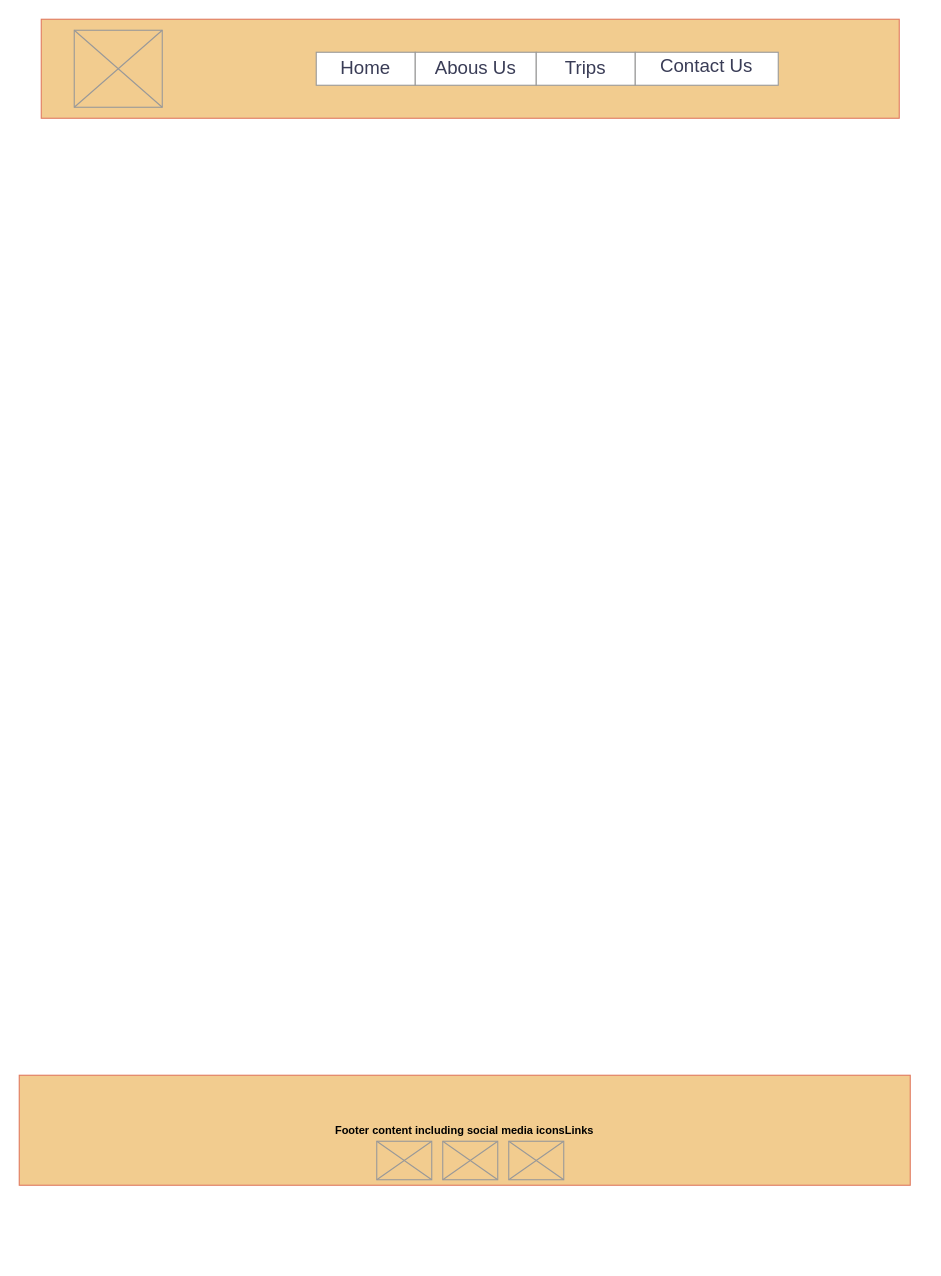
The draw.io diagram page "trips" (2 of 2) of wwr/images/Untitled Diagram.drawio in sehia-lgtm/wdd130, before the edit. Source tidied: cells renumbered, new cells numbered last; positions are measured from the earlier drawing's top-left corner, leaving out a move shared by most shapes. Both pictures are drawn from the tidied source at 110%, with x=0, y=0 at pixel (19, 19).
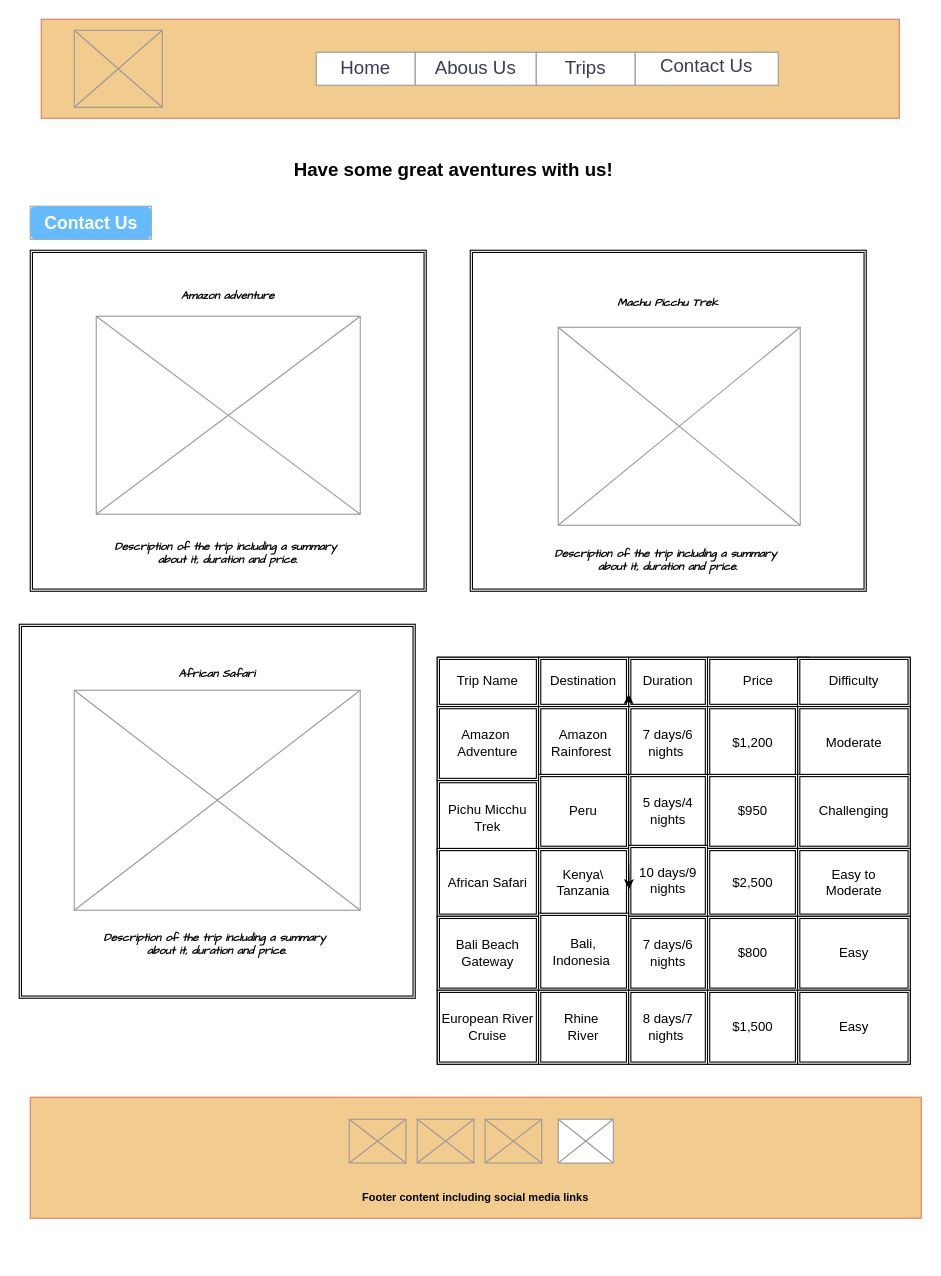
Above is the later version.

Change to the diagram source:
```diff
@@
     <mxCell id="10" style="group;" parent="1" vertex="1">
-      <mxGeometry y="960" width="810" height="100" as="geometry" />
+      <mxGeometry y="960" width="810" height="165" as="geometry" />
     </mxCell>
+    <mxCell id="16" style="group;" parent="10" vertex="1">
+      <mxGeometry x="10" y="10" width="810" height="110" as="geometry" />
+    </mxCell>
-    <mxCell id="11" value="&lt;div&gt;&lt;b&gt;Footer content including social media iconsLinks&lt;/b&gt;&lt;/div&gt;" style="rounded=0;whiteSpace=wrap;html=1;strokeColor=#E07A5F;fontColor=light-dark(#000000,#030303);fillColor=light-dark(#F2CC8F,#FF99FF);fontSize=10;" parent="10" vertex="1">
-      <mxGeometry width="810" height="100" as="geometry" />
+    <mxCell id="11" value="&lt;div&gt;&lt;br&gt;&lt;/div&gt;&lt;div&gt;&lt;b style=&quot;background-color: transparent; color: light-dark(rgb(0, 0, 0), rgb(3, 3, 3));&quot;&gt;&lt;br&gt;&lt;/b&gt;&lt;/div&gt;&lt;div&gt;&lt;b style=&quot;background-color: transparent; color: light-dark(rgb(0, 0, 0), rgb(3, 3, 3));&quot;&gt;&lt;br&gt;&lt;/b&gt;&lt;/div&gt;&lt;div&gt;&lt;b style=&quot;background-color: transparent; color: light-dark(rgb(0, 0, 0), rgb(3, 3, 3));&quot;&gt;&lt;br&gt;&lt;/b&gt;&lt;/div&gt;&lt;div&gt;&lt;b style=&quot;background-color: transparent; color: light-dark(rgb(0, 0, 0), rgb(3, 3, 3));&quot;&gt;&lt;br&gt;&lt;/b&gt;&lt;/div&gt;&lt;div&gt;&lt;b style=&quot;background-color: transparent; color: light-dark(rgb(0, 0, 0), rgb(3, 3, 3));&quot;&gt;&lt;br&gt;&lt;/b&gt;&lt;/div&gt;&lt;div&gt;&lt;b&gt;Footer content including social media links&lt;/b&gt;&lt;/div&gt;" style="rounded=0;whiteSpace=wrap;html=1;strokeColor=#E07A5F;fontColor=light-dark(#000000,#030303);fillColor=light-dark(#F2CC8F,#FF99FF);fontSize=10;" parent="16" vertex="1">
+      <mxGeometry y="10" width="810" height="110" as="geometry" />
     </mxCell>
-    <mxCell id="12" style="group;" parent="10" vertex="1">
-      <mxGeometry x="325" y="60" width="170" height="35" as="geometry" />
-    </mxCell>
-    <mxCell id="13" style="verticalLabelPosition=bottom;shadow=0;dashed=0;align=center;html=1;verticalAlign=top;strokeWidth=1;shape=mxgraph.mockup.graphics.simpleIcon;strokeColor=#999999;fontColor=#393C56;fillColor=light-dark(#F2CC8F,#0D0D0D);" parent="12" vertex="1">
-      <mxGeometry x="60" width="50" height="35" as="geometry" />
-    </mxCell>
-    <mxCell id="14" style="verticalLabelPosition=bottom;shadow=0;dashed=0;align=center;html=1;verticalAlign=top;strokeWidth=1;shape=mxgraph.mockup.graphics.simpleIcon;strokeColor=#999999;fontColor=#393C56;fillColor=light-dark(#F2CC8F,#1A1A1A);" parent="12" vertex="1">
-      <mxGeometry width="50" height="35" as="geometry" />
-    </mxCell>
-    <mxCell id="15" style="verticalLabelPosition=bottom;shadow=0;dashed=0;align=center;html=1;verticalAlign=top;strokeWidth=1;shape=mxgraph.mockup.graphics.simpleIcon;strokeColor=#999999;fontColor=#393C56;fillColor=light-dark(#F2CC8F,#060606);" parent="12" vertex="1">
-      <mxGeometry x="120" width="50" height="35" as="geometry" />
-    </mxCell>
+    <mxCell id="17" style="verticalLabelPosition=bottom;shadow=0;dashed=0;align=center;html=1;verticalAlign=top;strokeWidth=1;shape=mxgraph.mockup.graphics.simpleIcon;strokeColor=#999999;" parent="16" vertex="1">
+      <mxGeometry x="480" y="30" width="50" height="39.8" as="geometry" />
+    </mxCell>
+    <mxCell id="18" style="group;" parent="16" vertex="1">
+      <mxGeometry x="290" y="30" width="175" height="39.8" as="geometry" />
+    </mxCell>
+    <mxCell id="19" style="verticalLabelPosition=bottom;shadow=0;dashed=0;align=center;html=1;verticalAlign=top;strokeWidth=1;shape=mxgraph.mockup.graphics.simpleIcon;strokeColor=#999999;fontColor=#393C56;fillColor=light-dark(#F2CC8F,#0D0D0D);" parent="18" vertex="1">
+      <mxGeometry x="61.8" width="51.5" height="39.8" as="geometry" />
+    </mxCell>
+    <mxCell id="20" style="verticalLabelPosition=bottom;shadow=0;dashed=0;align=center;html=1;verticalAlign=top;strokeWidth=1;shape=mxgraph.mockup.graphics.simpleIcon;strokeColor=#999999;fontColor=#393C56;fillColor=light-dark(#F2CC8F,#1A1A1A);" parent="18" vertex="1">
+      <mxGeometry width="51.5" height="39.8" as="geometry" />
+    </mxCell>
+    <mxCell id="21" style="verticalLabelPosition=bottom;shadow=0;dashed=0;align=center;html=1;verticalAlign=top;strokeWidth=1;shape=mxgraph.mockup.graphics.simpleIcon;strokeColor=#999999;fontColor=#393C56;fillColor=light-dark(#F2CC8F,#060606);" parent="18" vertex="1">
+      <mxGeometry x="123.5" width="51.5" height="39.8" as="geometry" />
+    </mxCell>
+    <mxCell id="22" value="&lt;h1&gt;&lt;font style=&quot;font-size: 17px;&quot; face=&quot;Helvetica&quot;&gt;Have some great aventures with us!&lt;/font&gt;&lt;/h1&gt;" style="text;html=1;align=center;verticalAlign=middle;whiteSpace=wrap;rounded=0;" parent="1" vertex="1">
+      <mxGeometry x="200" y="100" width="390" height="70" as="geometry" />
+    </mxCell>
+    <mxCell id="23" style="strokeWidth=1;shadow=0;dashed=0;align=center;html=1;shape=mxgraph.mockup.forms.rrect;rSize=0;strokeColor=#999999;fillColor=#ffffff;" parent="1" vertex="1">
+      <mxGeometry x="10" y="170" width="110" height="30" as="geometry" />
+    </mxCell>
+    <mxCell id="24" style="strokeWidth=1;shadow=0;dashed=0;align=center;html=1;shape=mxgraph.mockup.forms.anchor;fontSize=12;fontColor=#666666;align=left;spacingLeft=0;" parent="23" vertex="1">
+      <mxGeometry width="55" height="20" relative="1" as="geometry">
+        <mxPoint x="10" y="10" as="offset" />
+      </mxGeometry>
+    </mxCell>
+    <mxCell id="25" style="strokeWidth=1;shadow=0;dashed=0;align=center;html=1;shape=mxgraph.mockup.forms.anchor;fontSize=12;fontColor=#9999ff;align=left;spacingLeft=0;fontStyle=4;" parent="23" vertex="1">
+      <mxGeometry y="1" width="82.5" height="20" relative="1" as="geometry">
+        <mxPoint x="10" y="-110" as="offset" />
+      </mxGeometry>
+    </mxCell>
+    <mxCell id="26" style="strokeWidth=1;shadow=0;dashed=0;align=center;html=1;shape=mxgraph.mockup.forms.anchor;fontSize=12;fontColor=#666666;align=left;spacingLeft=0;" parent="23" vertex="1">
+      <mxGeometry y="1" width="82.5" height="20" relative="1" as="geometry">
+        <mxPoint x="10" y="-70" as="offset" />
+      </mxGeometry>
+    </mxCell>
+    <mxCell id="27" value="&lt;font&gt;Contact Us&lt;/font&gt;" style="strokeWidth=1;shadow=0;dashed=0;align=center;html=1;shape=mxgraph.mockup.forms.rrect;rSize=5;strokeColor=none;fontColor=#ffffff;fillColor=#66bbff;fontSize=16;fontStyle=1;" parent="23" vertex="1">
+      <mxGeometry y="1" width="110" height="30" relative="1" as="geometry">
+        <mxPoint y="-30" as="offset" />
+      </mxGeometry>
+    </mxCell>
+    <mxCell id="28" value="&lt;div&gt;&lt;font&gt;&lt;span&gt;&lt;br&gt;&lt;/span&gt;&lt;/font&gt;&lt;/div&gt;&lt;div&gt;&lt;span&gt;&lt;span&gt;Amazon adventure&lt;/span&gt;&lt;/span&gt;&lt;/div&gt;&lt;div&gt;&lt;font&gt;&lt;span&gt;&lt;br&gt;&lt;/span&gt;&lt;/font&gt;&lt;/div&gt;&lt;div&gt;&lt;font&gt;&lt;span&gt;&lt;br&gt;&lt;/span&gt;&lt;/font&gt;&lt;/div&gt;&lt;div&gt;&lt;font&gt;&lt;span&gt;&lt;br&gt;&lt;/span&gt;&lt;/font&gt;&lt;/div&gt;&lt;div&gt;&lt;font&gt;&lt;span&gt;&lt;br&gt;&lt;/span&gt;&lt;/font&gt;&lt;/div&gt;&lt;div&gt;&lt;font&gt;&lt;span&gt;&lt;br&gt;&lt;/span&gt;&lt;/font&gt;&lt;/div&gt;&lt;div&gt;&lt;font&gt;&lt;span&gt;&lt;br&gt;&lt;/span&gt;&lt;/font&gt;&lt;/div&gt;&lt;div&gt;&lt;font&gt;&lt;span&gt;&lt;br&gt;&lt;/span&gt;&lt;/font&gt;&lt;/div&gt;&lt;div&gt;&lt;font&gt;&lt;span&gt;&lt;br&gt;&lt;/span&gt;&lt;/font&gt;&lt;/div&gt;&lt;div&gt;&lt;br&gt;&lt;/div&gt;&lt;div&gt;&lt;br&gt;&lt;/div&gt;&lt;div&gt;&lt;br&gt;&lt;/div&gt;&lt;div&gt;&lt;br&gt;&lt;/div&gt;&lt;div&gt;&lt;br&gt;&lt;/div&gt;&lt;div&gt;&lt;br&gt;&lt;/div&gt;&lt;div&gt;&lt;br&gt;&lt;/div&gt;&lt;div&gt;&lt;font&gt;&lt;span&gt;&lt;br&gt;&lt;/span&gt;&lt;/font&gt;&lt;/div&gt;&lt;div&gt;&lt;font&gt;&lt;span&gt;&lt;br&gt;&lt;/span&gt;&lt;/font&gt;&lt;/div&gt;&lt;div&gt;&lt;font&gt;&lt;span&gt;&lt;br&gt;&lt;/span&gt;&lt;/font&gt;&lt;/div&gt;&lt;div&gt;&lt;font&gt;&lt;span&gt;Description of the trip including a summary&amp;nbsp;&lt;/span&gt;&lt;/font&gt;&lt;/div&gt;&lt;div&gt;&lt;font&gt;&lt;span&gt;about it, duration and price.&lt;/span&gt;&lt;/font&gt;&lt;/div&gt;" style="shape=ext;double=1;rounded=0;whiteSpace=wrap;html=1;fontSize=10;fontStyle=3;fontFamily=Comic Sans MS;" parent="1" vertex="1">
+      <mxGeometry x="10" y="210" width="360" height="310" as="geometry" />
+    </mxCell>
+    <mxCell id="29" value="&lt;div&gt;&lt;br&gt;&lt;/div&gt;&lt;div&gt;&lt;div&gt;&lt;font&gt;&lt;span&gt;&lt;br&gt;&lt;/span&gt;&lt;/font&gt;&lt;/div&gt;&lt;div&gt;&lt;font&gt;&lt;span&gt;Machu Picchu Trek&lt;/span&gt;&lt;/font&gt;&lt;/div&gt;&lt;div&gt;&lt;font&gt;&lt;span&gt;&lt;br&gt;&lt;/span&gt;&lt;/font&gt;&lt;/div&gt;&lt;div&gt;&lt;font&gt;&lt;span&gt;&lt;br&gt;&lt;/span&gt;&lt;/font&gt;&lt;/div&gt;&lt;div&gt;&lt;font&gt;&lt;span&gt;&lt;br&gt;&lt;/span&gt;&lt;/font&gt;&lt;/div&gt;&lt;div&gt;&lt;font&gt;&lt;span&gt;&lt;br&gt;&lt;/span&gt;&lt;/font&gt;&lt;/div&gt;&lt;div&gt;&lt;font&gt;&lt;span&gt;&lt;br&gt;&lt;/span&gt;&lt;/font&gt;&lt;/div&gt;&lt;div&gt;&lt;font&gt;&lt;span&gt;&lt;br&gt;&lt;/span&gt;&lt;/font&gt;&lt;/div&gt;&lt;div&gt;&lt;font&gt;&lt;span&gt;&lt;br&gt;&lt;/span&gt;&lt;/font&gt;&lt;/div&gt;&lt;div&gt;&lt;font&gt;&lt;span&gt;&lt;br&gt;&lt;/span&gt;&lt;/font&gt;&lt;/div&gt;&lt;div&gt;&lt;font&gt;&lt;span&gt;&lt;br&gt;&lt;/span&gt;&lt;/font&gt;&lt;/div&gt;&lt;div&gt;&lt;font&gt;&lt;span&gt;&lt;br&gt;&lt;/span&gt;&lt;/font&gt;&lt;/div&gt;&lt;div&gt;&lt;font&gt;&lt;span&gt;&lt;br&gt;&lt;/span&gt;&lt;/font&gt;&lt;/div&gt;&lt;div&gt;&lt;br&gt;&lt;/div&gt;&lt;div&gt;&lt;font&gt;&lt;span&gt;&lt;br&gt;&lt;/span&gt;&lt;/font&gt;&lt;/div&gt;&lt;div&gt;&lt;font&gt;&lt;span&gt;&lt;br&gt;&lt;/span&gt;&lt;/font&gt;&lt;/div&gt;&lt;div&gt;&lt;font&gt;&lt;span&gt;&lt;br&gt;&lt;/span&gt;&lt;/font&gt;&lt;/div&gt;&lt;div&gt;&lt;font&gt;&lt;span&gt;&lt;br&gt;&lt;/span&gt;&lt;/font&gt;&lt;/div&gt;&lt;div&gt;&lt;font&gt;&lt;span&gt;&lt;br&gt;&lt;/span&gt;&lt;/font&gt;&lt;/div&gt;&lt;div&gt;&lt;font&gt;&lt;span&gt;&lt;br&gt;&lt;/span&gt;&lt;/font&gt;&lt;/div&gt;&lt;div&gt;&lt;font&gt;&lt;span&gt;Description of the trip including a summary&amp;nbsp;&lt;/span&gt;&lt;/font&gt;&lt;/div&gt;&lt;div&gt;&lt;font&gt;&lt;span&gt;about it, duration and price.&lt;/span&gt;&lt;/font&gt;&lt;/div&gt;&lt;/div&gt;" style="shape=ext;double=1;rounded=0;whiteSpace=wrap;html=1;fontSize=10;fontStyle=3;fontFamily=Comic Sans MS;" parent="1" vertex="1">
+      <mxGeometry x="410" y="210" width="360" height="310" as="geometry" />
+    </mxCell>
+    <mxCell id="30" value="&lt;div&gt;&lt;span style=&quot;background-color: transparent; color: light-dark(rgb(0, 0, 0), rgb(255, 255, 255));&quot;&gt;African Safari&lt;/span&gt;&lt;/div&gt;&lt;div&gt;&lt;span style=&quot;background-color: transparent; color: light-dark(rgb(0, 0, 0), rgb(255, 255, 255));&quot;&gt;&lt;br&gt;&lt;/span&gt;&lt;/div&gt;&lt;div&gt;&lt;span style=&quot;background-color: transparent; color: light-dark(rgb(0, 0, 0), rgb(255, 255, 255));&quot;&gt;&lt;br&gt;&lt;/span&gt;&lt;/div&gt;&lt;div&gt;&lt;span style=&quot;background-color: transparent; color: light-dark(rgb(0, 0, 0), rgb(255, 255, 255));&quot;&gt;&lt;br&gt;&lt;/span&gt;&lt;/div&gt;&lt;div&gt;&lt;div&gt;&lt;font&gt;&lt;span&gt;&lt;br&gt;&lt;/span&gt;&lt;/font&gt;&lt;/div&gt;&lt;div&gt;&lt;font&gt;&lt;span&gt;&lt;br&gt;&lt;/span&gt;&lt;/font&gt;&lt;/div&gt;&lt;div&gt;&lt;font&gt;&lt;span&gt;&lt;br&gt;&lt;/span&gt;&lt;/font&gt;&lt;/div&gt;&lt;div&gt;&lt;font&gt;&lt;span&gt;&lt;br&gt;&lt;/span&gt;&lt;/font&gt;&lt;/div&gt;&lt;div&gt;&lt;font&gt;&lt;span&gt;&lt;br&gt;&lt;/span&gt;&lt;/font&gt;&lt;/div&gt;&lt;div&gt;&lt;font&gt;&lt;span&gt;&lt;br&gt;&lt;/span&gt;&lt;/font&gt;&lt;/div&gt;&lt;div&gt;&lt;font&gt;&lt;span&gt;&lt;br&gt;&lt;/span&gt;&lt;/font&gt;&lt;/div&gt;&lt;div&gt;&lt;font&gt;&lt;span&gt;&lt;br&gt;&lt;/span&gt;&lt;/font&gt;&lt;/div&gt;&lt;div&gt;&lt;font&gt;&lt;span&gt;&lt;br&gt;&lt;/span&gt;&lt;/font&gt;&lt;/div&gt;&lt;div&gt;&lt;font&gt;&lt;span&gt;&lt;br&gt;&lt;/span&gt;&lt;/font&gt;&lt;/div&gt;&lt;div&gt;&lt;font&gt;&lt;span&gt;&lt;br&gt;&lt;/span&gt;&lt;/font&gt;&lt;/div&gt;&lt;div&gt;&lt;font&gt;&lt;span&gt;&lt;br&gt;&lt;/span&gt;&lt;/font&gt;&lt;/div&gt;&lt;div&gt;&lt;font&gt;&lt;span&gt;&lt;br&gt;&lt;/span&gt;&lt;/font&gt;&lt;/div&gt;&lt;div&gt;&lt;font&gt;&lt;span&gt;&lt;br&gt;&lt;/span&gt;&lt;/font&gt;&lt;/div&gt;&lt;div&gt;&lt;font&gt;&lt;span&gt;&lt;br&gt;&lt;/span&gt;&lt;/font&gt;&lt;/div&gt;&lt;div&gt;&lt;font&gt;&lt;span&gt;&lt;br&gt;&lt;/span&gt;&lt;/font&gt;&lt;/div&gt;&lt;div&gt;&lt;font&gt;&lt;span&gt;Description of the trip including a summary&amp;nbsp;&lt;/span&gt;&lt;/font&gt;&lt;/div&gt;&lt;div&gt;&lt;font&gt;&lt;span&gt;about it, duration and price.&lt;/span&gt;&lt;/font&gt;&lt;/div&gt;&lt;/div&gt;" style="shape=ext;double=1;rounded=0;whiteSpace=wrap;html=1;fontSize=10;fontStyle=3;fontFamily=Comic Sans MS;" parent="1" vertex="1">
+      <mxGeometry y="550" width="360" height="340" as="geometry" />
+    </mxCell>
+    <mxCell id="31" style="verticalLabelPosition=bottom;shadow=0;dashed=0;align=center;html=1;verticalAlign=top;strokeWidth=1;shape=mxgraph.mockup.graphics.simpleIcon;strokeColor=#999999;fontSize=10;fontStyle=3;fontFamily=Comic Sans MS;" parent="1" vertex="1">
+      <mxGeometry x="50" y="610" width="260" height="200" as="geometry" />
+    </mxCell>
+    <mxCell id="32" style="verticalLabelPosition=bottom;shadow=0;dashed=0;align=center;html=1;verticalAlign=top;strokeWidth=1;shape=mxgraph.mockup.graphics.simpleIcon;strokeColor=#999999;fontSize=10;fontStyle=3;fontFamily=Comic Sans MS;" parent="1" vertex="1">
+      <mxGeometry x="490" y="280" width="220" height="180" as="geometry" />
+    </mxCell>
+    <mxCell id="33" style="verticalLabelPosition=bottom;shadow=0;dashed=0;align=center;html=1;verticalAlign=top;strokeWidth=1;shape=mxgraph.mockup.graphics.simpleIcon;strokeColor=#999999;fontSize=10;fontStyle=3;fontFamily=Comic Sans MS;" parent="1" vertex="1">
+      <mxGeometry x="70" y="270" width="240" height="180" as="geometry" />
+    </mxCell>
+    <mxCell id="34" style="group;" parent="1" vertex="1">
+      <mxGeometry x="380" y="580" width="430" height="370" as="geometry" />
+    </mxCell>
+    <mxCell id="35" style="shape=ext;double=1;rounded=0;whiteSpace=wrap;html=1;" parent="34" vertex="1">
+      <mxGeometry width="430" height="370" as="geometry" />
+    </mxCell>
+    <mxCell id="36" value="Trip Name" style="shape=ext;double=1;rounded=0;whiteSpace=wrap;html=1;" parent="34" vertex="1">
+      <mxGeometry width="92.1" height="44.8" as="geometry" />
+    </mxCell>
+    <mxCell id="37" value="Destination" style="shape=ext;double=1;rounded=0;whiteSpace=wrap;html=1;" parent="34" vertex="1">
+      <mxGeometry x="92.1" width="81.9" height="44.8" as="geometry" />
+    </mxCell>
+    <mxCell id="38" value="Duration" style="shape=ext;double=1;rounded=0;whiteSpace=wrap;html=1;" parent="34" vertex="1">
+      <mxGeometry x="174" width="71.7" height="44.8" as="geometry" />
+    </mxCell>
+    <mxCell id="39" value="Price" style="shape=ext;double=1;rounded=0;whiteSpace=wrap;html=1;" parent="34" vertex="1">
+      <mxGeometry x="245.7" width="92.1" height="44.8" as="geometry" />
+    </mxCell>
+    <mxCell id="40" style="edgeStyle=orthogonalEdgeStyle;rounded=0;orthogonalLoop=1;jettySize=auto;html=1;exitX=0.5;exitY=1;exitDx=0;exitDy=0;entryX=0;entryY=0.75;entryDx=0;entryDy=0;" parent="34" edge="1" source="38" target="38">
+      <mxGeometry relative="1" as="geometry" />
+    </mxCell>
+    <mxCell id="41" value="Difficulty" style="shape=ext;double=1;rounded=0;whiteSpace=wrap;html=1;" parent="34" vertex="1">
+      <mxGeometry x="327.6" width="102.4" height="44.8" as="geometry" />
+    </mxCell>
+    <mxCell id="42" value="Amazon&amp;nbsp;&lt;div&gt;Adventure&lt;/div&gt;" style="shape=ext;double=1;rounded=0;whiteSpace=wrap;html=1;" parent="34" vertex="1">
+      <mxGeometry y="44.8" width="92.1" height="67.3" as="geometry" />
+    </mxCell>
+    <mxCell id="43" value="Pichu Micchu&lt;div&gt;Trek&lt;/div&gt;" style="shape=ext;double=1;rounded=0;whiteSpace=wrap;html=1;" parent="34" vertex="1">
+      <mxGeometry y="112.1" width="92.1" height="67.3" as="geometry" />
+    </mxCell>
+    <mxCell id="44" value="African Safari" style="shape=ext;double=1;rounded=0;whiteSpace=wrap;html=1;" parent="34" vertex="1">
+      <mxGeometry y="173.8" width="92.1" height="61.7" as="geometry" />
+    </mxCell>
+    <mxCell id="45" value="Bali Beach&lt;div&gt;Gateway&lt;/div&gt;" style="shape=ext;double=1;rounded=0;whiteSpace=wrap;html=1;" parent="34" vertex="1">
+      <mxGeometry y="235.5" width="92.1" height="67.3" as="geometry" />
+    </mxCell>
+    <mxCell id="46" value="European River&lt;div&gt;Cruise&lt;/div&gt;" style="shape=ext;double=1;rounded=0;whiteSpace=wrap;html=1;" parent="34" vertex="1">
+      <mxGeometry y="302.7" width="92.1" height="67.3" as="geometry" />
+    </mxCell>
+    <mxCell id="47" value="Amazon&lt;div&gt;Rainforest&amp;nbsp;&lt;/div&gt;" style="shape=ext;double=1;rounded=0;whiteSpace=wrap;html=1;" parent="34" vertex="1">
+      <mxGeometry x="92.1" y="44.8" width="81.9" height="67.3" as="geometry" />
+    </mxCell>
+    <mxCell id="48" value="7 days/6&lt;div&gt;nights&amp;nbsp;&lt;/div&gt;" style="shape=ext;double=1;rounded=0;whiteSpace=wrap;html=1;" parent="34" vertex="1">
+      <mxGeometry x="174" y="44.8" width="71.7" height="67.3" as="geometry" />
+    </mxCell>
+    <mxCell id="49" value="Moderate" style="shape=ext;double=1;rounded=0;whiteSpace=wrap;html=1;" parent="34" vertex="1">
+      <mxGeometry x="327.6" y="44.8" width="102.4" height="67.3" as="geometry" />
+    </mxCell>
+    <mxCell id="50" value="$1,200" style="shape=ext;double=1;rounded=0;whiteSpace=wrap;html=1;" parent="34" vertex="1">
+      <mxGeometry x="245.7" y="44.8" width="81.9" height="67.3" as="geometry" />
+    </mxCell>
+    <mxCell id="51" value="Peru" style="shape=ext;double=1;rounded=0;whiteSpace=wrap;html=1;" parent="34" vertex="1">
+      <mxGeometry x="92.1" y="106.5" width="81.9" height="67.3" as="geometry" />
+    </mxCell>
+    <mxCell id="52" value="5 days/4&lt;div&gt;nights&lt;/div&gt;" style="shape=ext;double=1;rounded=0;whiteSpace=wrap;html=1;" parent="34" vertex="1">
+      <mxGeometry x="174" y="106.5" width="71.7" height="67.3" as="geometry" />
+    </mxCell>
+    <mxCell id="53" value="$950" style="shape=ext;double=1;rounded=0;whiteSpace=wrap;html=1;" parent="34" vertex="1">
+      <mxGeometry x="245.7" y="106.5" width="81.9" height="67.3" as="geometry" />
+    </mxCell>
+    <mxCell id="54" value="Challenging" style="shape=ext;double=1;rounded=0;whiteSpace=wrap;html=1;" parent="34" vertex="1">
+      <mxGeometry x="327.6" y="106.5" width="102.4" height="67.3" as="geometry" />
+    </mxCell>
+    <mxCell id="55" value="Kenya\&lt;div&gt;Tanzania&lt;/div&gt;" style="shape=ext;double=1;rounded=0;whiteSpace=wrap;html=1;" parent="34" vertex="1">
+      <mxGeometry x="92.1" y="173.8" width="81.9" height="61.7" as="geometry" />
+    </mxCell>
+    <mxCell id="56" value="10 days/9&lt;div&gt;nights&lt;/div&gt;" style="shape=ext;double=1;rounded=0;whiteSpace=wrap;html=1;" parent="34" vertex="1">
+      <mxGeometry x="174" y="171" width="71.7" height="64.5" as="geometry" />
+    </mxCell>
+    <mxCell id="57" value="$2,500" style="shape=ext;double=1;rounded=0;whiteSpace=wrap;html=1;" parent="34" vertex="1">
+      <mxGeometry x="245.7" y="173.8" width="81.9" height="61.7" as="geometry" />
+    </mxCell>
+    <mxCell id="58" value="Easy to&lt;div&gt;Moderate&lt;/div&gt;" style="shape=ext;double=1;rounded=0;whiteSpace=wrap;html=1;" parent="34" vertex="1">
+      <mxGeometry x="327.6" y="173.8" width="102.4" height="61.7" as="geometry" />
+    </mxCell>
+    <mxCell id="59" value="Bali,&lt;div&gt;Indonesia&amp;nbsp;&lt;/div&gt;" style="shape=ext;double=1;rounded=0;whiteSpace=wrap;html=1;" parent="34" vertex="1">
+      <mxGeometry x="92.1" y="232.7" width="81.9" height="70.1" as="geometry" />
+    </mxCell>
+    <mxCell id="60" value="7 days/6&lt;div&gt;nights&lt;/div&gt;" style="shape=ext;double=1;rounded=0;whiteSpace=wrap;html=1;" parent="34" vertex="1">
+      <mxGeometry x="174" y="235.5" width="71.7" height="67.3" as="geometry" />
+    </mxCell>
+    <mxCell id="61" value="$800" style="shape=ext;double=1;rounded=0;whiteSpace=wrap;html=1;" parent="34" vertex="1">
+      <mxGeometry x="245.7" y="235.5" width="81.9" height="67.3" as="geometry" />
+    </mxCell>
+    <mxCell id="62" value="Easy" style="shape=ext;double=1;rounded=0;whiteSpace=wrap;html=1;" parent="34" vertex="1">
+      <mxGeometry x="327.6" y="235.5" width="102.4" height="67.3" as="geometry" />
+    </mxCell>
+    <mxCell id="63" value="Rhine&amp;nbsp;&lt;div&gt;River&lt;/div&gt;" style="shape=ext;double=1;rounded=0;whiteSpace=wrap;html=1;" parent="34" vertex="1">
+      <mxGeometry x="92.1" y="302.7" width="81.9" height="67.3" as="geometry" />
+    </mxCell>
+    <mxCell id="64" value="8 days/7&lt;div&gt;nights&amp;nbsp;&lt;/div&gt;" style="shape=ext;double=1;rounded=0;whiteSpace=wrap;html=1;" parent="34" vertex="1">
+      <mxGeometry x="174" y="302.7" width="71.7" height="67.3" as="geometry" />
+    </mxCell>
+    <mxCell id="65" value="$1,500" style="shape=ext;double=1;rounded=0;whiteSpace=wrap;html=1;" parent="34" vertex="1">
+      <mxGeometry x="245.7" y="302.7" width="81.9" height="67.3" as="geometry" />
+    </mxCell>
+    <mxCell id="66" value="Easy" style="shape=ext;double=1;rounded=0;whiteSpace=wrap;html=1;" parent="34" vertex="1">
+      <mxGeometry x="327.6" y="302.7" width="102.4" height="67.3" as="geometry" />
+    </mxCell>
+    <mxCell id="67" style="edgeStyle=orthogonalEdgeStyle;rounded=0;orthogonalLoop=1;jettySize=auto;html=1;exitX=0;exitY=0.25;exitDx=0;exitDy=0;entryX=0.005;entryY=0.617;entryDx=0;entryDy=0;entryPerimeter=0;" parent="34" edge="1" source="56" target="56">
+      <mxGeometry relative="1" as="geometry" />
+    </mxCell>
```
